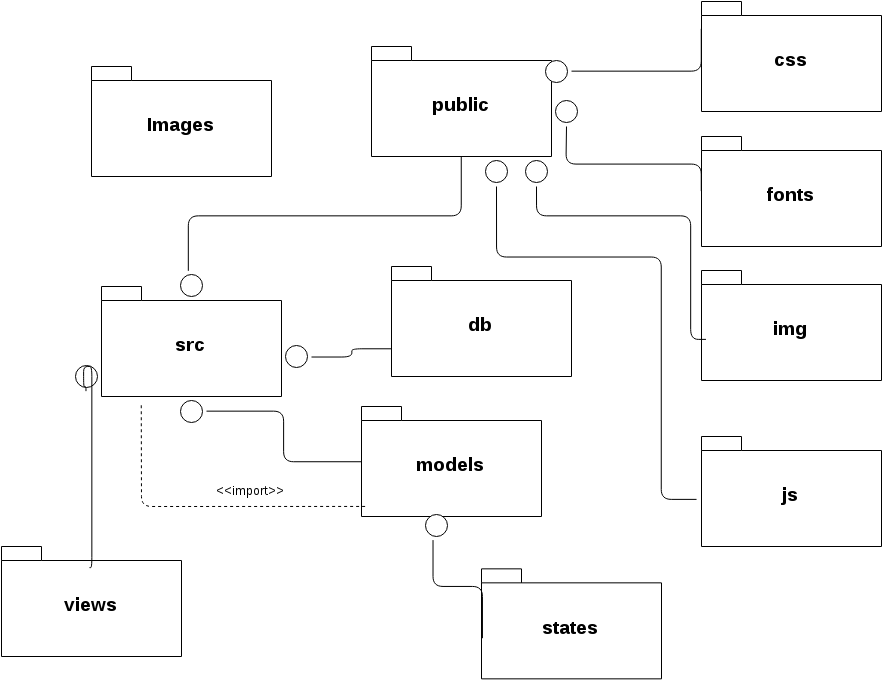
Earlier version of the draw.io export images/package_diagram.png (lu15v/Text-Adventure-Game). Source tidied: cells renumbered, new cells last; positions are measured from the earlier drawing's top-left corner, leaving out a move shared by most shapes. The source it was exported from:
```xml
<mxGraphModel background="#ffffff">
  <root>
    <mxCell id="0" />
    <mxCell id="1" parent="0" />
    <mxCell id="2" value="&lt;font style=&quot;font-size: 19px&quot;&gt;Images&lt;/font&gt;" style="shape=folder;fontStyle=1;spacingTop=10;tabWidth=40;tabHeight=14;tabPosition=left;html=1;shadow=0;strokeColor=#000000;fillColor=#ffffff;" parent="1" vertex="1">
      <mxGeometry x="90" y="65" width="180" height="110" as="geometry" />
    </mxCell>
    <mxCell id="3" value="&lt;span style=&quot;font-size: 19px ; line-height: 22.8px&quot;&gt;src&lt;/span&gt;" style="shape=folder;fontStyle=1;spacingTop=10;tabWidth=40;tabHeight=14;tabPosition=left;html=1;shadow=0;strokeColor=#000000;fillColor=#ffffff;" parent="1" vertex="1">
      <mxGeometry x="100" y="285" width="180" height="110" as="geometry" />
    </mxCell>
    <mxCell id="4" value="&lt;font style=&quot;font-size: 19px&quot;&gt;db&lt;/font&gt;" style="shape=folder;fontStyle=1;spacingTop=10;tabWidth=40;tabHeight=14;tabPosition=left;html=1;shadow=0;strokeColor=#000000;fillColor=#ffffff;" parent="1" vertex="1">
      <mxGeometry x="390" y="265" width="180" height="110" as="geometry" />
    </mxCell>
    <mxCell id="5" value="&lt;font style=&quot;font-size: 19px&quot;&gt;models&lt;/font&gt;" style="shape=folder;fontStyle=1;spacingTop=10;tabWidth=40;tabHeight=14;tabPosition=left;html=1;shadow=0;strokeColor=#000000;fillColor=#ffffff;" parent="1" vertex="1">
      <mxGeometry x="360" y="405" width="180" height="110" as="geometry" />
    </mxCell>
    <mxCell id="6" value="&lt;span style=&quot;font-size: 19px ; line-height: 22.8px&quot;&gt;states&lt;/span&gt;" style="shape=folder;fontStyle=1;spacingTop=10;tabWidth=40;tabHeight=14;tabPosition=left;html=1;shadow=0;strokeColor=#000000;fillColor=#ffffff;" parent="1" vertex="1">
      <mxGeometry x="480" y="567.4" width="180" height="110" as="geometry" />
    </mxCell>
    <mxCell id="7" value="&lt;font style=&quot;font-size: 19px&quot;&gt;public&lt;/font&gt;" style="shape=folder;fontStyle=1;spacingTop=10;tabWidth=40;tabHeight=14;tabPosition=left;html=1;shadow=0;strokeColor=#000000;fillColor=#ffffff;" parent="1" vertex="1">
      <mxGeometry x="370" y="45" width="180" height="110" as="geometry" />
    </mxCell>
    <mxCell id="8" value="&lt;font style=&quot;font-size: 19px&quot;&gt;views&lt;/font&gt;" style="shape=folder;fontStyle=1;spacingTop=10;tabWidth=40;tabHeight=14;tabPosition=left;html=1;shadow=0;strokeColor=#000000;fillColor=#ffffff;" parent="1" vertex="1">
      <mxGeometry y="545" width="180" height="110" as="geometry" />
    </mxCell>
    <mxCell id="9" style="ellipse;html=1;shape=startState;fillColor=#ffffff;strokeColor=#000000;shadow=0;" parent="1" vertex="1">
      <mxGeometry x="175" y="395" width="30" height="30" as="geometry" />
    </mxCell>
    <mxCell id="10" style="edgeStyle=orthogonalEdgeStyle;html=1;verticalAlign=bottom;endArrow=none;endSize=8;strokeColor=#000000;endFill=0;entryX=0;entryY=0.5;" parent="1" edge="1" source="9" target="5">
      <mxGeometry relative="1" as="geometry">
        <Array as="points">
          <mxPoint x="282" y="410" />
          <mxPoint x="282" y="460" />
        </Array>
      </mxGeometry>
    </mxCell>
    <mxCell id="11" style="ellipse;html=1;shape=startState;fillColor=#ffffff;strokeColor=#000000;shadow=0;" parent="1" vertex="1">
      <mxGeometry x="280" y="340" width="30" height="30" as="geometry" />
    </mxCell>
    <mxCell id="12" style="edgeStyle=orthogonalEdgeStyle;html=1;verticalAlign=bottom;endArrow=none;endSize=8;strokeColor=#000000;endFill=0;entryX=0;entryY=0.75;" parent="1" edge="1" source="11" target="4">
      <mxGeometry x="305" y="434.6" as="geometry">
        <Array as="points">
          <mxPoint x="350" y="356" />
          <mxPoint x="350" y="347" />
        </Array>
      </mxGeometry>
    </mxCell>
    <mxCell id="13" style="ellipse;html=1;shape=startState;fillColor=#ffffff;strokeColor=#000000;shadow=0;" parent="1" vertex="1">
      <mxGeometry x="175" y="269" width="30" height="30" as="geometry" />
    </mxCell>
    <mxCell id="14" style="edgeStyle=orthogonalEdgeStyle;html=1;verticalAlign=bottom;endArrow=none;endSize=8;strokeColor=#000000;endFill=0;" parent="1" edge="1" source="13" target="7">
      <mxGeometry x="200" y="363.6" as="geometry">
        <Array as="points">
          <mxPoint x="187" y="214" />
          <mxPoint x="460" y="214" />
        </Array>
      </mxGeometry>
    </mxCell>
    <mxCell id="15" style="ellipse;html=1;shape=startState;fillColor=#ffffff;strokeColor=#000000;shadow=0;" parent="1" vertex="1">
      <mxGeometry x="70" y="360" width="30" height="30" as="geometry" />
    </mxCell>
    <mxCell id="16" style="edgeStyle=orthogonalEdgeStyle;html=1;verticalAlign=bottom;endArrow=none;endSize=8;strokeColor=#000000;endFill=0;exitX=0.5;exitY=1;entryX=0.489;entryY=0.192;entryPerimeter=0;" parent="1" edge="1" source="15" target="8">
      <mxGeometry x="95" y="434.6" as="geometry">
        <Array as="points">
          <mxPoint x="84" y="385" />
          <mxPoint x="82" y="385" />
          <mxPoint x="82" y="365" />
          <mxPoint x="90" y="365" />
          <mxPoint x="90" y="566" />
        </Array>
      </mxGeometry>
    </mxCell>
    <mxCell id="17" style="ellipse;html=1;shape=startState;fillColor=#ffffff;strokeColor=#000000;shadow=0;" parent="1" vertex="1">
      <mxGeometry x="420" y="509" width="30" height="30" as="geometry" />
    </mxCell>
    <mxCell id="18" style="edgeStyle=orthogonalEdgeStyle;html=1;verticalAlign=bottom;endArrow=none;endSize=8;strokeColor=#000000;endFill=0;entryX=0.005;entryY=0.63;entryPerimeter=0;" parent="1" edge="1" source="17" target="6">
      <mxGeometry x="445" y="603.6" as="geometry">
        <Array as="points">
          <mxPoint x="432" y="585" />
          <mxPoint x="481" y="585" />
        </Array>
      </mxGeometry>
    </mxCell>
    <mxCell id="19" value="&lt;font style=&quot;font-size: 19px&quot;&gt;css&lt;/font&gt;" style="shape=folder;fontStyle=1;spacingTop=10;tabWidth=40;tabHeight=14;tabPosition=left;html=1;shadow=0;strokeColor=#000000;fillColor=#ffffff;" parent="1" vertex="1">
      <mxGeometry x="700" width="180" height="110" as="geometry" />
    </mxCell>
    <mxCell id="20" value="&lt;font style=&quot;font-size: 19px&quot;&gt;fonts&lt;/font&gt;" style="shape=folder;fontStyle=1;spacingTop=10;tabWidth=40;tabHeight=14;tabPosition=left;html=1;shadow=0;strokeColor=#000000;fillColor=#ffffff;" parent="1" vertex="1">
      <mxGeometry x="700" y="135" width="180" height="110" as="geometry" />
    </mxCell>
    <mxCell id="21" value="&lt;font style=&quot;font-size: 19px&quot;&gt;img&lt;/font&gt;" style="shape=folder;fontStyle=1;spacingTop=10;tabWidth=40;tabHeight=14;tabPosition=left;html=1;shadow=0;strokeColor=#000000;fillColor=#ffffff;" parent="1" vertex="1">
      <mxGeometry x="700" y="269" width="180" height="110" as="geometry" />
    </mxCell>
    <mxCell id="22" value="&lt;font style=&quot;font-size: 19px&quot;&gt;js&lt;/font&gt;" style="shape=folder;fontStyle=1;spacingTop=10;tabWidth=40;tabHeight=14;tabPosition=left;html=1;shadow=0;strokeColor=#000000;fillColor=#ffffff;" parent="1" vertex="1">
      <mxGeometry x="700" y="435" width="180" height="110" as="geometry" />
    </mxCell>
    <mxCell id="23" style="ellipse;html=1;shape=startState;fillColor=#ffffff;strokeColor=#000000;shadow=0;" parent="1" vertex="1">
      <mxGeometry x="540" y="55" width="30" height="30" as="geometry" />
    </mxCell>
    <mxCell id="24" style="edgeStyle=orthogonalEdgeStyle;html=1;verticalAlign=bottom;endArrow=none;endSize=8;strokeColor=#000000;endFill=0;entryX=0;entryY=0.25;" parent="1" edge="1" source="23" target="19">
      <mxGeometry x="615" y="333.6" as="geometry">
        <Array as="points">
          <mxPoint x="700" y="70" />
        </Array>
      </mxGeometry>
    </mxCell>
    <mxCell id="25" style="ellipse;html=1;shape=startState;fillColor=#ffffff;strokeColor=#000000;shadow=0;" parent="1" vertex="1">
      <mxGeometry x="550" y="95" width="30" height="30" as="geometry" />
    </mxCell>
    <mxCell id="26" style="edgeStyle=orthogonalEdgeStyle;html=1;verticalAlign=bottom;endArrow=none;endSize=8;strokeColor=#000000;endFill=0;entryX=0;entryY=0.5;" parent="1" edge="1" source="25" target="20">
      <mxGeometry x="645" y="311.6" as="geometry">
        <Array as="points">
          <mxPoint x="564" y="163" />
          <mxPoint x="700" y="163" />
        </Array>
      </mxGeometry>
    </mxCell>
    <mxCell id="27" style="ellipse;html=1;shape=startState;fillColor=#ffffff;strokeColor=#000000;shadow=0;" parent="1" vertex="1">
      <mxGeometry x="520" y="155" width="30" height="30" as="geometry" />
    </mxCell>
    <mxCell id="28" style="edgeStyle=orthogonalEdgeStyle;html=1;verticalAlign=bottom;endArrow=none;endSize=8;strokeColor=#000000;endFill=0;entryX=0.025;entryY=0.626;entryPerimeter=0;" parent="1" edge="1" source="27" target="21">
      <mxGeometry x="645" y="363.6" as="geometry">
        <Array as="points">
          <mxPoint x="535" y="214" />
          <mxPoint x="689" y="214" />
          <mxPoint x="689" y="338" />
        </Array>
      </mxGeometry>
    </mxCell>
    <mxCell id="29" style="ellipse;html=1;shape=startState;fillColor=#ffffff;strokeColor=#000000;shadow=0;" parent="1" vertex="1">
      <mxGeometry x="480" y="155" width="30" height="30" as="geometry" />
    </mxCell>
    <mxCell id="30" style="edgeStyle=orthogonalEdgeStyle;html=1;verticalAlign=bottom;endArrow=none;endSize=8;strokeColor=#000000;endFill=0;entryX=-0.027;entryY=0.572;entryPerimeter=0;" parent="1" edge="1" source="29" target="22">
      <mxGeometry x="620" y="424.6" as="geometry">
        <Array as="points">
          <mxPoint x="495" y="256" />
          <mxPoint x="660" y="256" />
          <mxPoint x="660" y="498" />
        </Array>
      </mxGeometry>
    </mxCell>
    <mxCell id="31" style="endArrow=none;html=1;strokeColor=#000000;dashed=1;endFill=0;exitX=0.221;exitY=1.08;exitPerimeter=0;entryX=0.031;entryY=0.909;entryPerimeter=0;" parent="1" edge="1" source="3" target="5">
      <mxGeometry relative="1" as="geometry">
        <Array as="points">
          <mxPoint x="140" y="505" />
        </Array>
      </mxGeometry>
    </mxCell>
    <mxCell id="32" value="&lt;font style=&quot;font-size: 13px&quot;&gt;&amp;lt;&amp;lt;import&amp;gt;&amp;gt;&lt;/font&gt;" style="text;html=1;strokeColor=none;fillColor=none;align=center;verticalAlign=middle;whiteSpace=wrap;overflow=hidden;shadow=0;" parent="1" vertex="1">
      <mxGeometry x="205" y="480" width="85" height="20" as="geometry" />
    </mxCell>
  </root>
</mxGraphModel>
```
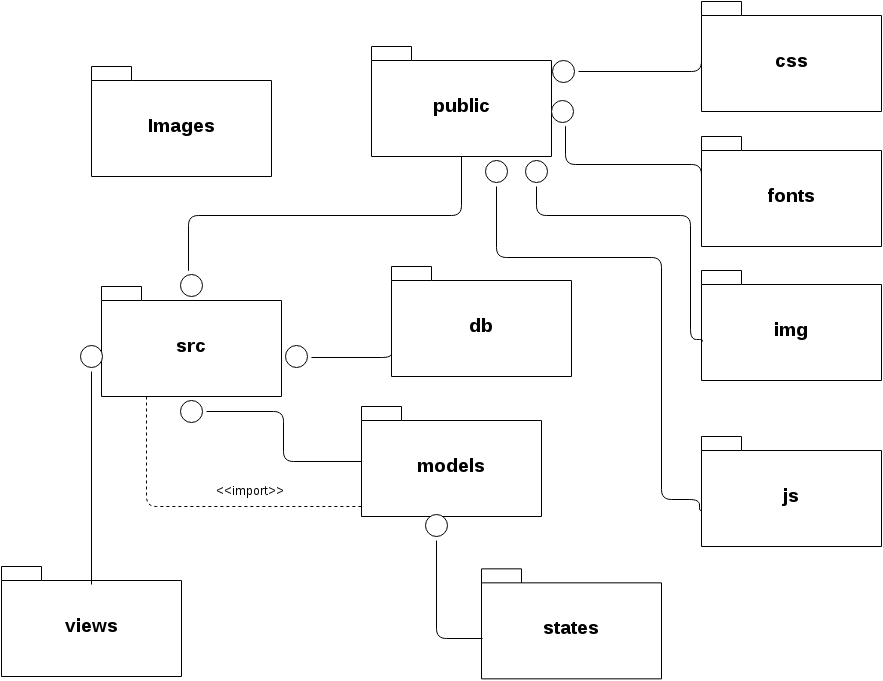
Later version of the same file.

What changed in the source:
```diff
@@ -21,7 +21,7 @@
       <mxGeometry x="370" y="45" width="180" height="110" as="geometry" />
     </mxCell>
     <mxCell id="8" value="&lt;font style=&quot;font-size: 19px&quot;&gt;views&lt;/font&gt;" style="shape=folder;fontStyle=1;spacingTop=10;tabWidth=40;tabHeight=14;tabPosition=left;html=1;shadow=0;strokeColor=#000000;fillColor=#ffffff;" parent="1" vertex="1">
-      <mxGeometry y="545" width="180" height="110" as="geometry" />
+      <mxGeometry y="565" width="180" height="110" as="geometry" />
     </mxCell>
     <mxCell id="9" style="ellipse;html=1;shape=startState;fillColor=#ffffff;strokeColor=#000000;shadow=0;" parent="1" vertex="1">
       <mxGeometry x="175" y="395" width="30" height="30" as="geometry" />
@@ -40,8 +40,7 @@
     <mxCell id="12" style="edgeStyle=orthogonalEdgeStyle;html=1;verticalAlign=bottom;endArrow=none;endSize=8;strokeColor=#000000;endFill=0;entryX=0;entryY=0.75;" parent="1" edge="1" source="11" target="4">
       <mxGeometry x="305" y="434.6" as="geometry">
         <Array as="points">
-          <mxPoint x="350" y="356" />
-          <mxPoint x="350" y="347" />
+          <mxPoint x="390" y="356" />
         </Array>
       </mxGeometry>
     </mxCell>
@@ -56,28 +55,13 @@
         </Array>
       </mxGeometry>
     </mxCell>
-    <mxCell id="15" style="ellipse;html=1;shape=startState;fillColor=#ffffff;strokeColor=#000000;shadow=0;" parent="1" vertex="1">
-      <mxGeometry x="70" y="360" width="30" height="30" as="geometry" />
-    </mxCell>
-    <mxCell id="16" style="edgeStyle=orthogonalEdgeStyle;html=1;verticalAlign=bottom;endArrow=none;endSize=8;strokeColor=#000000;endFill=0;exitX=0.5;exitY=1;entryX=0.489;entryY=0.192;entryPerimeter=0;" parent="1" edge="1" source="15" target="8">
-      <mxGeometry x="95" y="434.6" as="geometry">
-        <Array as="points">
-          <mxPoint x="84" y="385" />
-          <mxPoint x="82" y="385" />
-          <mxPoint x="82" y="365" />
-          <mxPoint x="90" y="365" />
-          <mxPoint x="90" y="566" />
-        </Array>
-      </mxGeometry>
-    </mxCell>
     <mxCell id="17" style="ellipse;html=1;shape=startState;fillColor=#ffffff;strokeColor=#000000;shadow=0;" parent="1" vertex="1">
       <mxGeometry x="420" y="509" width="30" height="30" as="geometry" />
     </mxCell>
     <mxCell id="18" style="edgeStyle=orthogonalEdgeStyle;html=1;verticalAlign=bottom;endArrow=none;endSize=8;strokeColor=#000000;endFill=0;entryX=0.005;entryY=0.63;entryPerimeter=0;" parent="1" edge="1" source="17" target="6">
       <mxGeometry x="445" y="603.6" as="geometry">
         <Array as="points">
-          <mxPoint x="432" y="585" />
-          <mxPoint x="481" y="585" />
+          <mxPoint x="435" y="637" />
         </Array>
       </mxGeometry>
     </mxCell>
@@ -94,7 +78,7 @@
       <mxGeometry x="700" y="435" width="180" height="110" as="geometry" />
     </mxCell>
     <mxCell id="23" style="ellipse;html=1;shape=startState;fillColor=#ffffff;strokeColor=#000000;shadow=0;" parent="1" vertex="1">
-      <mxGeometry x="540" y="55" width="30" height="30" as="geometry" />
+      <mxGeometry x="547" y="55" width="30" height="30" as="geometry" />
     </mxCell>
     <mxCell id="24" style="edgeStyle=orthogonalEdgeStyle;html=1;verticalAlign=bottom;endArrow=none;endSize=8;strokeColor=#000000;endFill=0;entryX=0;entryY=0.25;" parent="1" edge="1" source="23" target="19">
       <mxGeometry x="615" y="333.6" as="geometry">
@@ -104,7 +88,7 @@
       </mxGeometry>
     </mxCell>
     <mxCell id="25" style="ellipse;html=1;shape=startState;fillColor=#ffffff;strokeColor=#000000;shadow=0;" parent="1" vertex="1">
-      <mxGeometry x="550" y="95" width="30" height="30" as="geometry" />
+      <mxGeometry x="546" y="95" width="30" height="30" as="geometry" />
     </mxCell>
     <mxCell id="26" style="edgeStyle=orthogonalEdgeStyle;html=1;verticalAlign=bottom;endArrow=none;endSize=8;strokeColor=#000000;endFill=0;entryX=0;entryY=0.5;" parent="1" edge="1" source="25" target="20">
       <mxGeometry x="645" y="311.6" as="geometry">
@@ -117,36 +101,52 @@
     <mxCell id="27" style="ellipse;html=1;shape=startState;fillColor=#ffffff;strokeColor=#000000;shadow=0;" parent="1" vertex="1">
       <mxGeometry x="520" y="155" width="30" height="30" as="geometry" />
     </mxCell>
-    <mxCell id="28" style="edgeStyle=orthogonalEdgeStyle;html=1;verticalAlign=bottom;endArrow=none;endSize=8;strokeColor=#000000;endFill=0;entryX=0.025;entryY=0.626;entryPerimeter=0;" parent="1" edge="1" source="27" target="21">
+    <mxCell id="28" style="edgeStyle=orthogonalEdgeStyle;html=1;verticalAlign=bottom;endArrow=none;endSize=8;strokeColor=#000000;endFill=0;entryX=0.006;entryY=0.645;entryPerimeter=0;" parent="1" edge="1" source="27" target="21">
       <mxGeometry x="645" y="363.6" as="geometry">
         <Array as="points">
           <mxPoint x="535" y="214" />
           <mxPoint x="689" y="214" />
           <mxPoint x="689" y="338" />
+          <mxPoint x="701" y="338" />
         </Array>
       </mxGeometry>
     </mxCell>
     <mxCell id="29" style="ellipse;html=1;shape=startState;fillColor=#ffffff;strokeColor=#000000;shadow=0;" parent="1" vertex="1">
       <mxGeometry x="480" y="155" width="30" height="30" as="geometry" />
     </mxCell>
-    <mxCell id="30" style="edgeStyle=orthogonalEdgeStyle;html=1;verticalAlign=bottom;endArrow=none;endSize=8;strokeColor=#000000;endFill=0;entryX=-0.027;entryY=0.572;entryPerimeter=0;" parent="1" edge="1" source="29" target="22">
+    <mxCell id="30" style="edgeStyle=orthogonalEdgeStyle;html=1;verticalAlign=bottom;endArrow=none;endSize=8;strokeColor=#000000;endFill=0;entryX=0;entryY=0.591;entryPerimeter=0;" parent="1" edge="1" source="29" target="22">
       <mxGeometry x="620" y="424.6" as="geometry">
         <Array as="points">
           <mxPoint x="495" y="256" />
           <mxPoint x="660" y="256" />
           <mxPoint x="660" y="498" />
+          <mxPoint x="698" y="498" />
+          <mxPoint x="698" y="509" />
+          <mxPoint x="700" y="509" />
         </Array>
       </mxGeometry>
     </mxCell>
-    <mxCell id="31" style="endArrow=none;html=1;strokeColor=#000000;dashed=1;endFill=0;exitX=0.221;exitY=1.08;exitPerimeter=0;entryX=0.031;entryY=0.909;entryPerimeter=0;" parent="1" edge="1" source="3" target="5">
+    <mxCell id="31" style="endArrow=none;html=1;strokeColor=#000000;dashed=1;endFill=0;exitX=0.25;exitY=1;" parent="1" edge="1" source="3">
       <mxGeometry relative="1" as="geometry">
+        <mxPoint x="360" y="505" as="targetPoint" />
         <Array as="points">
-          <mxPoint x="140" y="505" />
+          <mxPoint x="145" y="505" />
         </Array>
       </mxGeometry>
     </mxCell>
     <mxCell id="32" value="&lt;font style=&quot;font-size: 13px&quot;&gt;&amp;lt;&amp;lt;import&amp;gt;&amp;gt;&lt;/font&gt;" style="text;html=1;strokeColor=none;fillColor=none;align=center;verticalAlign=middle;whiteSpace=wrap;overflow=hidden;shadow=0;" parent="1" vertex="1">
       <mxGeometry x="205" y="480" width="85" height="20" as="geometry" />
     </mxCell>
+    <mxCell id="33" style="ellipse;html=1;shape=startState;fillColor=#ffffff;strokeColor=#000000;shadow=0;" parent="1" vertex="1">
+      <mxGeometry x="75" y="340" width="30" height="30" as="geometry" />
+    </mxCell>
+    <mxCell id="34" style="edgeStyle=orthogonalEdgeStyle;html=1;verticalAlign=bottom;endArrow=none;endSize=8;strokeColor=#000000;endFill=0;" parent="1" edge="1" source="33">
+      <mxGeometry x="305" y="435" as="geometry">
+        <mxPoint x="90" y="583" as="targetPoint" />
+        <Array as="points">
+          <mxPoint x="90" y="583" />
+        </Array>
+      </mxGeometry>
+    </mxCell>
   </root>
 </mxGraphModel>
```
